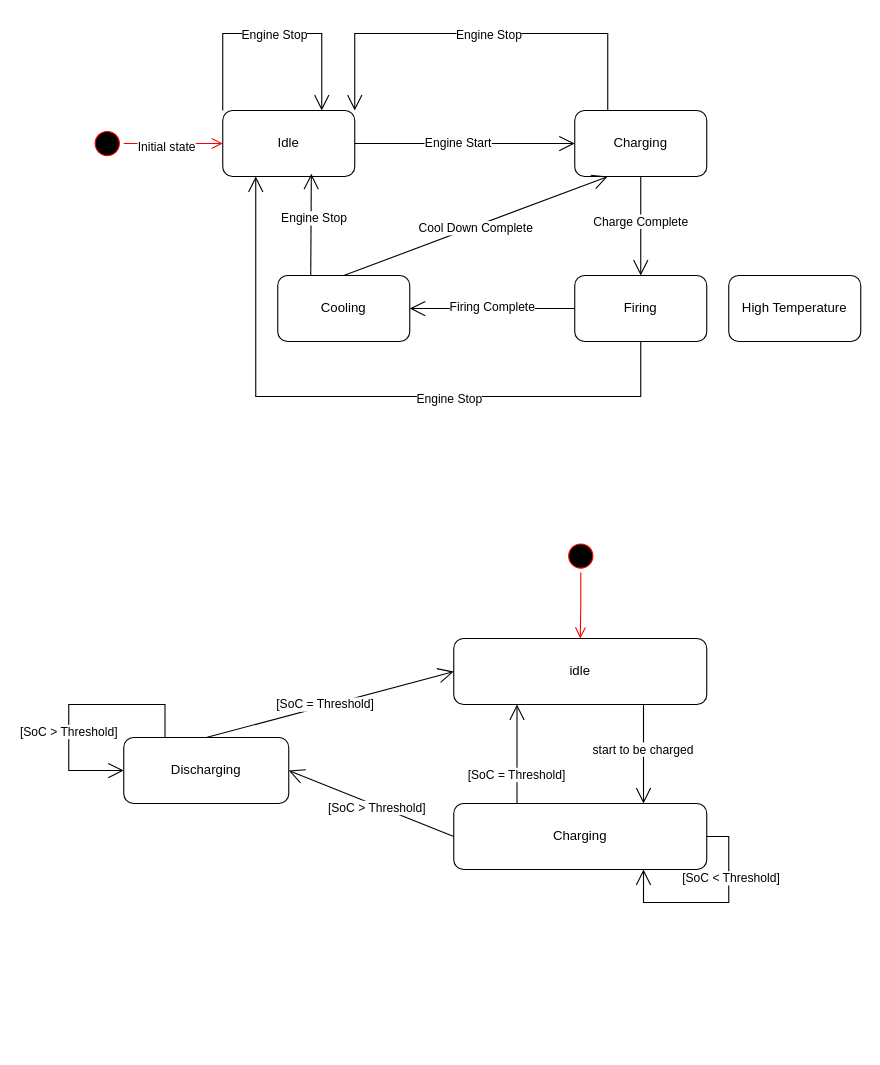
Mohammad-Si/convide-A02-MVE keeps this draw.io diagram as Untitled Diagram.drawio. Above is the earlier version. Source tidied: cells renumbered, new cells numbered last; positions are measured from the earlier drawing's top-left corner, leaving out a move shared by most shapes. Both pictures are drawn from the tidied source at 110%, with x=0, y=0 at pixel (68, 33).
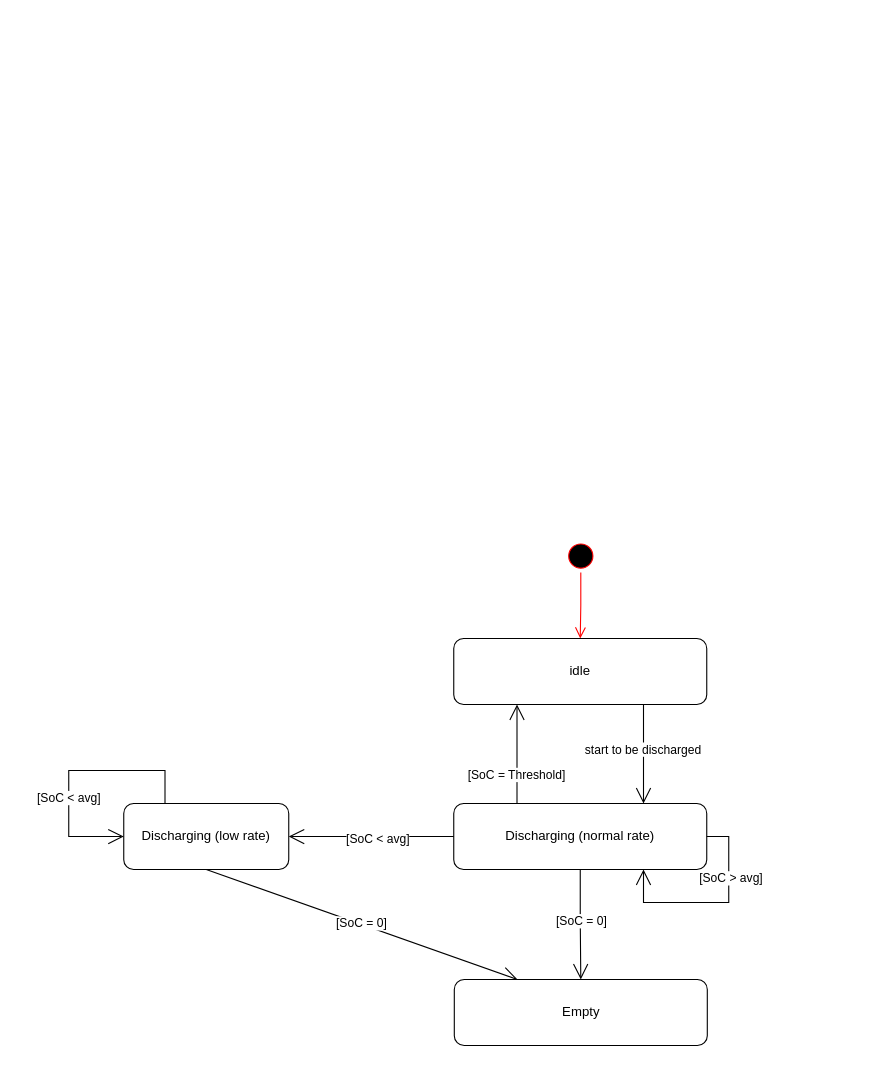
Above is the later version.

Commit message:
#Module-level current discharging

Unchanged cells that the change refers to:
```xml
<mxCell id="28" value="idle" style="rounded=1;whiteSpace=wrap;html=1;" parent="1" vertex="1">
  <mxGeometry x="350" y="550" width="230" height="60" as="geometry" />
</mxCell>
<mxCell id="30" style="endArrow=open;endFill=1;endSize=12;html=1;rounded=0;entryX=0.75;entryY=0;entryDx=0;entryDy=0;exitX=0.75;exitY=1;exitDx=0;exitDy=0;" parent="1" edge="1" source="28" target="29">
  <mxGeometry relative="1" as="geometry" />
</mxCell>
<mxCell id="35" style="endArrow=open;endFill=1;endSize=12;html=1;rounded=0;entryX=1;entryY=0.5;entryDx=0;entryDy=0;exitX=0;exitY=0.5;exitDx=0;exitDy=0;" parent="1" edge="1" source="29" target="34">
  <mxGeometry relative="1" as="geometry" />
</mxCell>
<mxCell id="39" style="edgeStyle=orthogonalEdgeStyle;rounded=0;orthogonalLoop=1;jettySize=auto;html=1;exitX=1;exitY=0.5;exitDx=0;exitDy=0;entryX=0.75;entryY=1;entryDx=0;entryDy=0;endArrow=open;endFill=0;endSize=12;" parent="1" edge="1" source="29" target="29">
  <mxGeometry relative="1" as="geometry">
    <Array as="points">
      <mxPoint x="600" y="730" />
      <mxPoint x="600" y="790" />
      <mxPoint x="523" y="790" />
    </Array>
  </mxGeometry>
</mxCell>
```

Diff of the diagram source:
```diff
@@
-    <mxCell id="2" style="ellipse;html=1;shape=startState;fillColor=#000000;strokeColor=#ff0000;" parent="1" vertex="1">
-      <mxGeometry x="20" y="85" width="30" height="30" as="geometry" />
-    </mxCell>
-    <mxCell id="3" style="edgeStyle=orthogonalEdgeStyle;html=1;verticalAlign=bottom;endArrow=open;endSize=8;strokeColor=#ff0000;rounded=0;entryX=0;entryY=0.5;entryDx=0;entryDy=0;" parent="1" edge="1" source="2" target="5">
-      <mxGeometry relative="1" as="geometry" />
-    </mxCell>
-    <mxCell id="4" value="Initial state" style="edgeLabel;html=1;align=center;verticalAlign=middle;" parent="3" vertex="1">
-      <mxGeometry x="-0.16" y="-2" relative="1" as="geometry" />
-    </mxCell>
-    <mxCell id="5" value="Idle" style="rounded=1;whiteSpace=wrap;html=1;" parent="1" vertex="1">
-      <mxGeometry x="140" y="70" width="120" height="60" as="geometry" />
-    </mxCell>
-    <mxCell id="6" value="Charging" style="rounded=1;whiteSpace=wrap;html=1;" parent="1" vertex="1">
-      <mxGeometry x="460" y="70" width="120" height="60" as="geometry" />
-    </mxCell>
-    <mxCell id="7" value="Firing" style="rounded=1;whiteSpace=wrap;html=1;" parent="1" vertex="1">
-      <mxGeometry x="460" y="220" width="120" height="60" as="geometry" />
-    </mxCell>
-    <mxCell id="8" value="Cooling" style="rounded=1;whiteSpace=wrap;html=1;" parent="1" vertex="1">
-      <mxGeometry x="190" y="220" width="120" height="60" as="geometry" />
-    </mxCell>
-    <mxCell id="9" style="endArrow=open;endFill=1;endSize=12;html=1;rounded=0;exitX=1;exitY=0.5;exitDx=0;exitDy=0;entryX=0;entryY=0.5;entryDx=0;entryDy=0;" parent="1" edge="1" source="5" target="6">
-      <mxGeometry relative="1" as="geometry" />
-    </mxCell>
-    <mxCell id="10" value="Engine Start" style="edgeLabel;html=1;align=center;verticalAlign=middle;" parent="9" vertex="1">
-      <mxGeometry x="-0.07" y="1" relative="1" as="geometry" />
-    </mxCell>
-    <mxCell id="11" style="endArrow=open;endFill=1;endSize=12;html=1;rounded=0;exitX=0.5;exitY=1;exitDx=0;exitDy=0;entryX=0.5;entryY=0;entryDx=0;entryDy=0;" parent="1" edge="1" source="6" target="7">
-      <mxGeometry relative="1" as="geometry" />
-    </mxCell>
-    <mxCell id="12" value="Charge Complete" style="edgeLabel;html=1;align=center;verticalAlign=middle;" parent="11" vertex="1">
-      <mxGeometry x="-0.11" y="-1" relative="1" as="geometry" />
-    </mxCell>
-    <mxCell id="13" style="endArrow=open;endFill=1;endSize=12;html=1;rounded=0;exitX=0;exitY=0.5;exitDx=0;exitDy=0;entryX=1;entryY=0.5;entryDx=0;entryDy=0;" parent="1" edge="1" source="7" target="8">
-      <mxGeometry relative="1" as="geometry" />
-    </mxCell>
-    <mxCell id="14" value="Firing Complete" style="edgeLabel;html=1;align=center;verticalAlign=middle;" parent="13" vertex="1">
-      <mxGeometry x="0.01" y="-2" relative="1" as="geometry" />
-    </mxCell>
-    <mxCell id="15" style="endArrow=open;endFill=1;endSize=12;html=1;rounded=0;exitX=0.5;exitY=0;exitDx=0;exitDy=0;entryX=0.25;entryY=1;entryDx=0;entryDy=0;" parent="1" edge="1" source="8" target="6">
-      <mxGeometry relative="1" as="geometry" />
-    </mxCell>
-    <mxCell id="16" value="Cool Down Complete" style="edgeLabel;html=1;align=center;verticalAlign=middle;" parent="15" vertex="1">
-      <mxGeometry x="-0.01" y="-1" relative="1" as="geometry" />
-    </mxCell>
-    <mxCell id="17" style="endArrow=open;endFill=1;endSize=12;html=1;rounded=0;entryX=0.75;entryY=0;entryDx=0;entryDy=0;exitX=0;exitY=0;exitDx=0;exitDy=0;" parent="1" edge="1" source="5" target="5">
-      <mxGeometry relative="1" as="geometry">
-        <Array as="points">
-          <mxPoint x="140" />
-          <mxPoint x="230" />
-        </Array>
-      </mxGeometry>
-    </mxCell>
-    <mxCell id="18" value="Engine Stop" style="edgeLabel;html=1;align=center;verticalAlign=middle;" parent="17" vertex="1">
-      <mxGeometry x="0.01" relative="1" as="geometry" />
-    </mxCell>
-    <mxCell id="19" style="endArrow=open;endFill=1;endSize=12;html=1;rounded=0;entryX=1;entryY=0;entryDx=0;entryDy=0;exitX=0.25;exitY=0;exitDx=0;exitDy=0;" parent="1" edge="1" source="6" target="5">
-      <mxGeometry relative="1" as="geometry">
-        <Array as="points">
-          <mxPoint x="490" />
-          <mxPoint x="260" />
-        </Array>
-      </mxGeometry>
-    </mxCell>
-    <mxCell id="20" value="Engine Stop" style="edgeLabel;html=1;align=center;verticalAlign=middle;" parent="19" vertex="1">
-      <mxGeometry x="-0.03" relative="1" as="geometry" />
-    </mxCell>
-    <mxCell id="21" style="endArrow=open;endFill=1;endSize=12;html=1;rounded=0;exitX=0.5;exitY=1;exitDx=0;exitDy=0;entryX=0.25;entryY=1;entryDx=0;entryDy=0;" parent="1" edge="1" source="7" target="5">
-      <mxGeometry relative="1" as="geometry">
-        <Array as="points">
-          <mxPoint x="520" y="330" />
-          <mxPoint x="170" y="330" />
-        </Array>
-      </mxGeometry>
-    </mxCell>
-    <mxCell id="22" value="Engine Stop" style="edgeLabel;html=1;align=center;verticalAlign=middle;" parent="21" vertex="1">
-      <mxGeometry x="-0.25" y="1" relative="1" as="geometry" />
-    </mxCell>
-    <mxCell id="23" style="endArrow=open;endFill=1;endSize=12;html=1;rounded=0;exitX=0.25;exitY=0;exitDx=0;exitDy=0;entryX=0.671;entryY=0.958;entryDx=0;entryDy=0;entryPerimeter=0;" parent="1" edge="1" source="8" target="5">
-      <mxGeometry relative="1" as="geometry" />
-    </mxCell>
-    <mxCell id="24" value="Engine Stop" style="edgeLabel;html=1;align=center;verticalAlign=middle;" parent="23" vertex="1">
-      <mxGeometry x="0.15" y="-2" relative="1" as="geometry" />
-    </mxCell>
@@
-    <mxCell id="27" value="High Temperature" style="rounded=1;whiteSpace=wrap;html=1;" parent="1" vertex="1">
-      <mxGeometry x="600" y="220" width="120" height="60" as="geometry" />
-    </mxCell>
@@
+    <mxCell id="43" style="edgeStyle=orthogonalEdgeStyle;rounded=0;jettySize=auto;html=1;entryX=0.5;entryY=0;entryDx=0;entryDy=0;endArrow=open;endFill=0;endSize=12;" parent="1" edge="1" source="29" target="47">
+      <mxGeometry relative="1" as="geometry" />
+    </mxCell>
+    <mxCell id="44" value="[SoC = 0]" style="edgeLabel;html=1;align=center;verticalAlign=middle;" parent="43" vertex="1">
+      <mxGeometry x="-0.07" relative="1" as="geometry" />
+    </mxCell>
-    <mxCell id="29" value="Charging" style="rounded=1;whiteSpace=wrap;html=1;" parent="1" vertex="1">
+    <mxCell id="29" value="Discharging (normal rate)" style="rounded=1;whiteSpace=wrap;html=1;" parent="1" vertex="1">
       <mxGeometry x="350" y="700" width="230" height="60" as="geometry" />
     </mxCell>
@@
-    <mxCell id="31" value="start to be charged" style="edgeLabel;html=1;align=center;verticalAlign=middle;" parent="30" vertex="1">
+    <mxCell id="31" value="start to be discharged" style="edgeLabel;html=1;align=center;verticalAlign=middle;" parent="30" vertex="1">
       <mxGeometry x="-0.12" y="-1" relative="1" as="geometry" />
     </mxCell>
@@
+    <mxCell id="45" style="rounded=0;jettySize=auto;html=1;exitX=0.5;exitY=1;exitDx=0;exitDy=0;entryX=0.25;entryY=0;entryDx=0;entryDy=0;endArrow=open;endFill=0;endSize=12;" parent="1" edge="1" source="34" target="47">
+      <mxGeometry relative="1" as="geometry" />
+    </mxCell>
+    <mxCell id="46" value="[SoC = 0]" style="edgeLabel;html=1;align=center;verticalAlign=middle;" parent="45" vertex="1">
+      <mxGeometry x="-0.01" y="1" relative="1" as="geometry" />
+    </mxCell>
-    <mxCell id="34" value="Discharging" style="rounded=1;whiteSpace=wrap;html=1;" parent="1" vertex="1">
-      <mxGeometry x="50" y="640" width="150" height="60" as="geometry" />
+    <mxCell id="34" value="Discharging (low rate)" style="rounded=1;whiteSpace=wrap;html=1;" parent="1" vertex="1">
+      <mxGeometry x="50" y="700" width="150" height="60" as="geometry" />
     </mxCell>
@@
-    <mxCell id="36" value="[SoC &amp;gt; Threshold]" style="edgeLabel;html=1;align=center;verticalAlign=middle;" parent="35" vertex="1">
+    <mxCell id="36" value="[SoC &amp;lt; avg]" style="edgeLabel;html=1;align=center;verticalAlign=middle;" parent="35" vertex="1">
       <mxGeometry x="-0.07" y="1" relative="1" as="geometry" />
     </mxCell>
-    <mxCell id="37" style="endArrow=open;endFill=1;endSize=12;html=1;rounded=0;exitX=0.5;exitY=0;exitDx=0;exitDy=0;entryX=0;entryY=0.5;entryDx=0;entryDy=0;" parent="1" edge="1" source="34" target="28">
-      <mxGeometry relative="1" as="geometry" />
-    </mxCell>
-    <mxCell id="38" value="[SoC&amp;nbsp;= Threshold]" style="edgeLabel;html=1;align=center;verticalAlign=middle;" parent="37" vertex="1">
-      <mxGeometry x="-0.04" y="2" relative="1" as="geometry" />
-    </mxCell>
@@
-    <mxCell id="40" value="[SoC &amp;lt; Threshold]" style="edgeLabel;html=1;align=center;verticalAlign=middle;" parent="39" vertex="1">
+    <mxCell id="40" value="[SoC &amp;gt; avg]" style="edgeLabel;html=1;align=center;verticalAlign=middle;" parent="39" vertex="1">
       <mxGeometry x="-0.39" y="1" relative="1" as="geometry" />
     </mxCell>
     <mxCell id="41" style="edgeStyle=orthogonalEdgeStyle;rounded=0;orthogonalLoop=1;jettySize=auto;html=1;exitX=0.25;exitY=0;exitDx=0;exitDy=0;entryX=0;entryY=0.5;entryDx=0;entryDy=0;endArrow=open;endFill=0;endSize=12;" parent="1" edge="1" source="34" target="34">
       <mxGeometry relative="1" as="geometry">
         <Array as="points">
-          <mxPoint x="88" y="610" />
-          <mxPoint y="610" />
+          <mxPoint x="88" y="670" />
           <mxPoint y="670" />
+          <mxPoint y="730" />
         </Array>
       </mxGeometry>
     </mxCell>
-    <mxCell id="42" value="[SoC &amp;gt; Threshold]" style="edgeLabel;html=1;align=center;verticalAlign=middle;" parent="41" vertex="1">
+    <mxCell id="42" value="[SoC &amp;lt; avg]" style="edgeLabel;html=1;align=center;verticalAlign=middle;" parent="41" vertex="1">
       <mxGeometry x="0.25" y="-1" relative="1" as="geometry" />
     </mxCell>
+    <mxCell id="47" value="Empty" style="rounded=1;whiteSpace=wrap;html=1;" parent="1" vertex="1">
+      <mxGeometry x="350.5" y="860" width="230" height="60" as="geometry" />
+    </mxCell>
```
